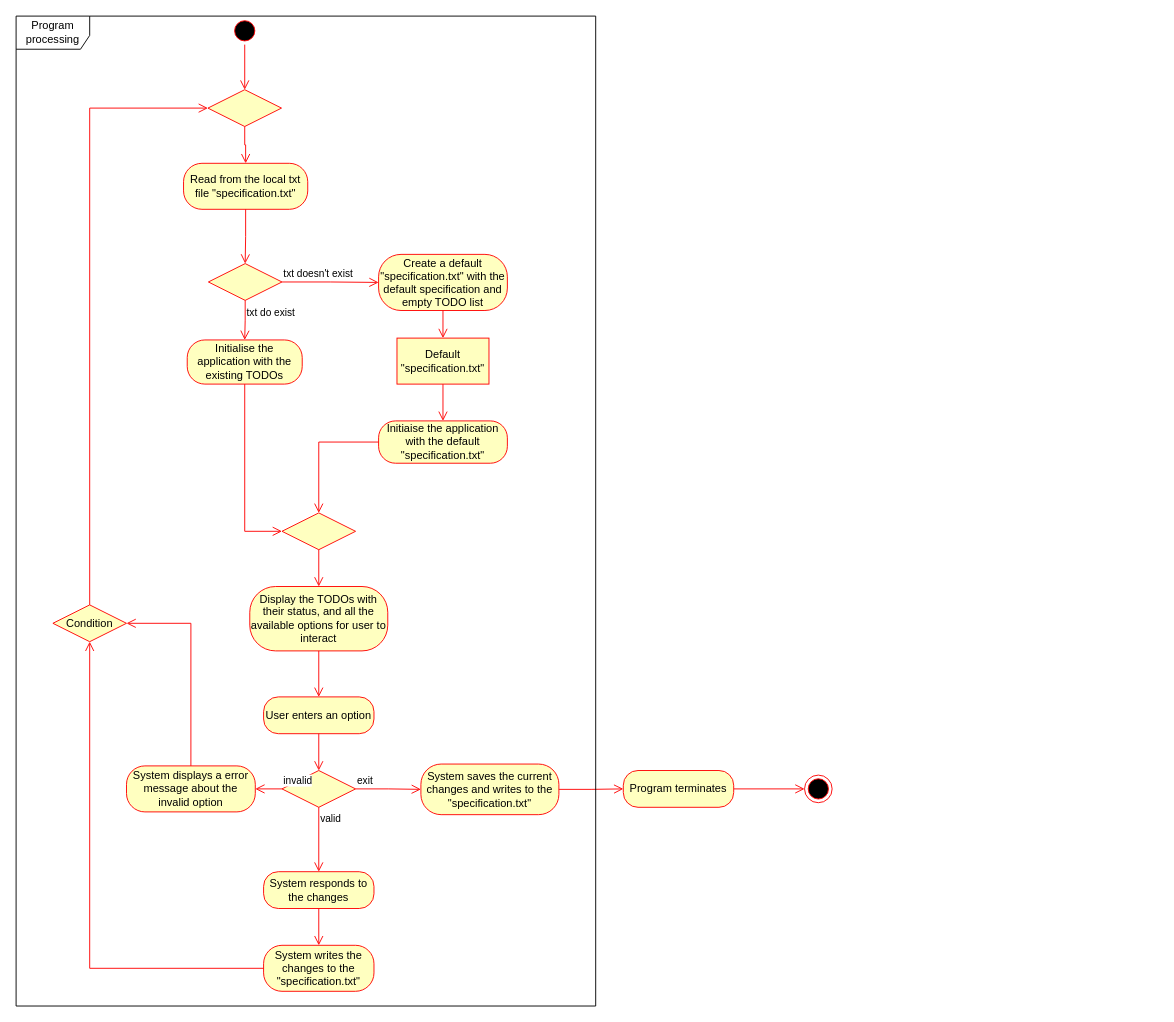
Before: page "Activity Diagram" (2 of 3) of uml_diagrams/ToDoListConsoleApplication.drawio in EvatsugDnalloR/ToDoListConsoleApplication, a draw.io diagram. Source tidied: cells renumbered, new cells numbered last; positions are measured from the earlier drawing's top-left corner, leaving out a move shared by most shapes. Both pictures are drawn from the tidied source at 92%, with x=0, y=0 at pixel (16, 16).
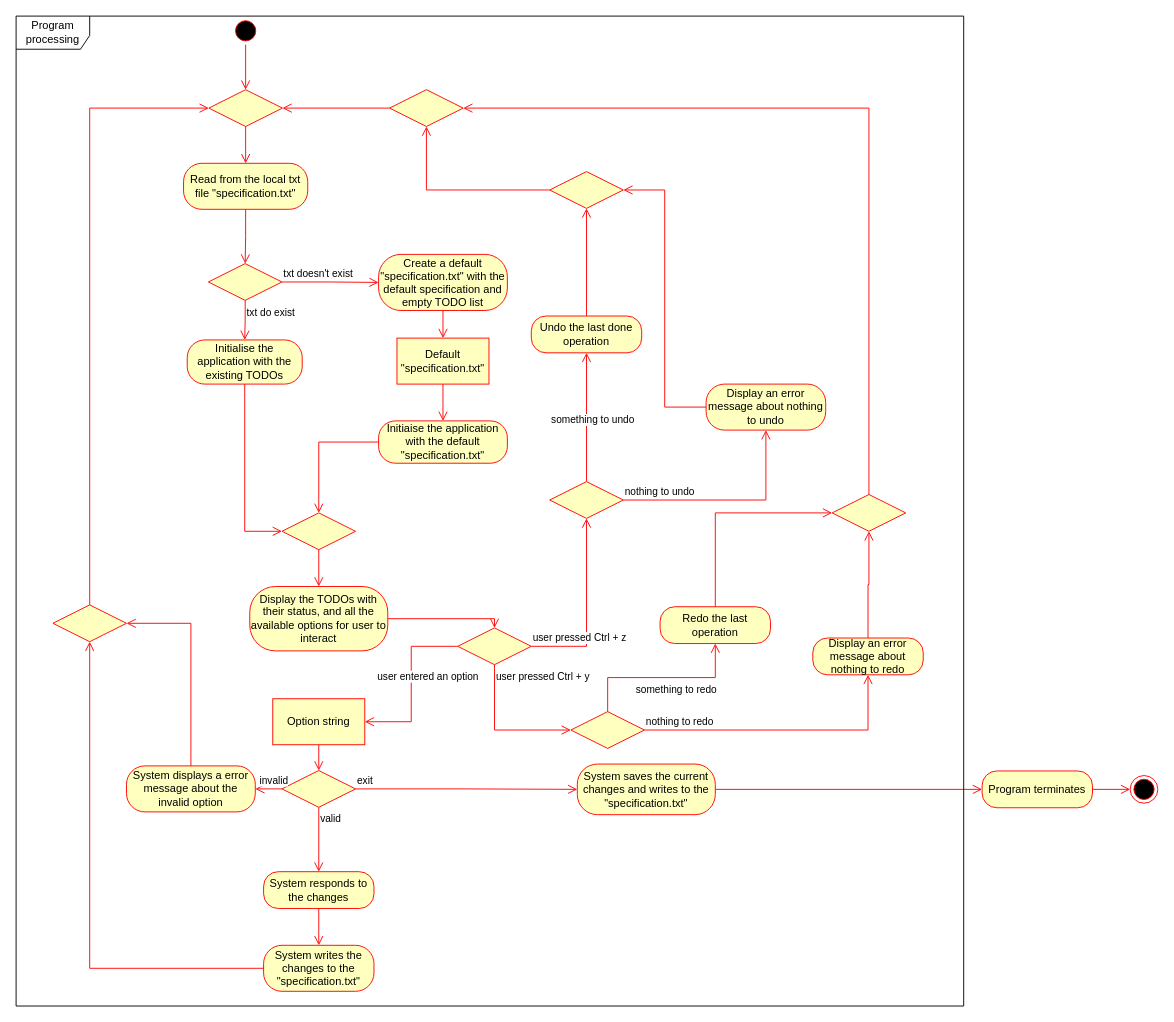
The same page after the edit.

The change refers to these unchanged cells:
```xml
<mxCell id="9" value="Display the TODOs with their status, and all the available options for user to interact" style="rounded=1;whiteSpace=wrap;html=1;arcSize=40;fontColor=#000000;fillColor=#ffffc0;strokeColor=#ff0000;" parent="1" vertex="1">
  <mxGeometry x="254" y="620" width="150" height="70" as="geometry" />
</mxCell>
<mxCell id="20" style="rhombus;whiteSpace=wrap;html=1;fontColor=#000000;fillColor=#ffffc0;strokeColor=#ff0000;" parent="1" vertex="1">
  <mxGeometry x="289" y="820" width="80" height="40" as="geometry" />
</mxCell>
<mxCell id="26" value="System displays a error message about the invalid option" style="rounded=1;whiteSpace=wrap;html=1;arcSize=40;fontColor=#000000;fillColor=#ffffc0;strokeColor=#ff0000;" parent="1" vertex="1">
  <mxGeometry x="120" y="815" width="140" height="50" as="geometry" />
</mxCell>
```

Change to the diagram source:
```diff
@@
-    <mxCell id="10" style="edgeStyle=orthogonalEdgeStyle;html=1;verticalAlign=bottom;endArrow=open;endSize=8;strokeColor=#ff0000;rounded=0;entryX=0.5;entryY=0;entryDx=0;entryDy=0;" parent="1" edge="1" source="9" target="18">
+    <mxCell id="10" style="edgeStyle=orthogonalEdgeStyle;html=1;verticalAlign=bottom;endArrow=open;endSize=8;strokeColor=#ff0000;rounded=0;entryX=0.5;entryY=0;entryDx=0;entryDy=0;" parent="1" edge="1" source="9" target="43">
       <mxGeometry relative="1" as="geometry" />
     </mxCell>
@@
-    <mxCell id="18" value="User enters an option" style="rounded=1;whiteSpace=wrap;html=1;arcSize=40;fontColor=#000000;fillColor=#ffffc0;strokeColor=#ff0000;" parent="1" vertex="1">
-      <mxGeometry x="269" y="740" width="120" height="40" as="geometry" />
-    </mxCell>
-    <mxCell id="19" style="edgeStyle=orthogonalEdgeStyle;html=1;verticalAlign=bottom;endArrow=open;endSize=8;strokeColor=#ff0000;rounded=0;entryX=0.5;entryY=0;entryDx=0;entryDy=0;" parent="1" edge="1" source="18" target="20">
+    <mxCell id="19" style="edgeStyle=orthogonalEdgeStyle;html=1;verticalAlign=bottom;endArrow=open;endSize=8;strokeColor=#ff0000;rounded=0;entryX=0.5;entryY=0;entryDx=0;entryDy=0;exitX=0.5;exitY=1;exitDx=0;exitDy=0;" parent="1" edge="1" source="46" target="20">
       <mxGeometry relative="1" as="geometry" />
     </mxCell>
@@
-    <mxCell id="29" value="Condition" style="rhombus;whiteSpace=wrap;html=1;fontColor=#000000;fillColor=#ffffc0;strokeColor=#ff0000;" parent="1" vertex="1">
+    <mxCell id="29" style="rhombus;whiteSpace=wrap;html=1;fontColor=#000000;fillColor=#ffffc0;strokeColor=#ff0000;" parent="1" vertex="1">
       <mxGeometry x="40" y="640" width="80" height="40" as="geometry" />
     </mxCell>
     <mxCell id="30" value="invalid" style="edgeStyle=orthogonalEdgeStyle;html=1;align=left;verticalAlign=bottom;endArrow=open;endSize=8;strokeColor=#ff0000;rounded=0;exitX=0;exitY=0.5;exitDx=0;exitDy=0;entryX=1;entryY=0.5;entryDx=0;entryDy=0;" parent="1" edge="1" source="20" target="26">
-      <mxGeometry x="-1" relative="1" as="geometry" />
+      <mxGeometry x="0.79" relative="1" as="geometry" />
     </mxCell>
@@
     <mxCell id="32" style="rhombus;whiteSpace=wrap;html=1;fontColor=#000000;fillColor=#ffffc0;strokeColor=#ff0000;" parent="1" vertex="1">
-      <mxGeometry x="208.5" y="80" width="80" height="40" as="geometry" />
+      <mxGeometry x="209.5" y="80" width="80" height="40" as="geometry" />
     </mxCell>
@@
     <mxCell id="34" style="ellipse;html=1;shape=startState;fillColor=#000000;strokeColor=#ff0000;" parent="1" vertex="1">
-      <mxGeometry x="233.5" y="1" width="30" height="30" as="geometry" />
+      <mxGeometry x="234.5" y="1" width="30" height="30" as="geometry" />
     </mxCell>
@@
     <mxCell id="38" value="System saves the current changes and writes to the &quot;specification.txt&quot;" style="rounded=1;whiteSpace=wrap;html=1;arcSize=40;fontColor=#000000;fillColor=#ffffc0;strokeColor=#ff0000;" parent="1" vertex="1">
-      <mxGeometry x="440" y="813" width="150" height="55" as="geometry" />
+      <mxGeometry x="610" y="813" width="150" height="55" as="geometry" />
     </mxCell>
@@
     <mxCell id="40" value="Program terminates" style="rounded=1;whiteSpace=wrap;html=1;arcSize=40;fontColor=#000000;fillColor=#ffffc0;strokeColor=#ff0000;" parent="1" vertex="1">
-      <mxGeometry x="660" y="820" width="120" height="40" as="geometry" />
+      <mxGeometry x="1050" y="820.5" width="120" height="40" as="geometry" />
     </mxCell>
     <mxCell id="41" style="ellipse;html=1;shape=endState;fillColor=#000000;strokeColor=#ff0000;" parent="1" vertex="1">
-      <mxGeometry x="857" y="825" width="30" height="30" as="geometry" />
+      <mxGeometry x="1211" y="825.5" width="30" height="30" as="geometry" />
     </mxCell>
     <mxCell id="42" value="Program processing" style="shape=umlFrame;whiteSpace=wrap;html=1;width=80;height=36;" parent="1" vertex="1">
-      <mxGeometry width="630" height="1076" as="geometry" />
+      <mxGeometry width="1030" height="1076" as="geometry" />
     </mxCell>
+    <mxCell id="43" style="rhombus;whiteSpace=wrap;html=1;fontColor=#000000;fillColor=#ffffc0;strokeColor=#ff0000;" parent="1" vertex="1">
+      <mxGeometry x="480" y="665" width="80" height="40" as="geometry" />
+    </mxCell>
+    <mxCell id="44" value="user pressed Ctrl + z" style="edgeStyle=orthogonalEdgeStyle;html=1;align=left;verticalAlign=bottom;endArrow=open;endSize=8;strokeColor=#ff0000;rounded=0;entryX=0.5;entryY=1;entryDx=0;entryDy=0;" parent="1" edge="1" source="43" target="47">
+      <mxGeometry x="-1" relative="1" as="geometry" />
+    </mxCell>
+    <mxCell id="45" value="user entered an option" style="edgeStyle=orthogonalEdgeStyle;html=1;align=left;verticalAlign=bottom;endArrow=open;endSize=8;strokeColor=#ff0000;rounded=0;exitX=0;exitY=0.5;exitDx=0;exitDy=0;entryX=1;entryY=0.5;entryDx=0;entryDy=0;" parent="1" edge="1" source="43" target="46">
+      <mxGeometry y="-39" relative="1" as="geometry" />
+    </mxCell>
+    <mxCell id="46" value="Option string" style="whiteSpace=wrap;html=1;fillColor=#ffffc0;strokeColor=#ff0000;fontColor=#000000;" parent="1" vertex="1">
+      <mxGeometry x="279" y="742" width="100" height="50" as="geometry" />
+    </mxCell>
+    <mxCell id="47" style="rhombus;whiteSpace=wrap;html=1;fontColor=#000000;fillColor=#ffffc0;strokeColor=#ff0000;" parent="1" vertex="1">
+      <mxGeometry x="580" y="506" width="80" height="40" as="geometry" />
+    </mxCell>
+    <mxCell id="48" value="nothing to undo" style="edgeStyle=orthogonalEdgeStyle;html=1;align=left;verticalAlign=bottom;endArrow=open;endSize=8;strokeColor=#ff0000;rounded=0;entryX=0.5;entryY=1;entryDx=0;entryDy=0;" parent="1" edge="1" source="47" target="52">
+      <mxGeometry x="-1" relative="1" as="geometry" />
+    </mxCell>
+    <mxCell id="49" value="something to undo" style="edgeStyle=orthogonalEdgeStyle;html=1;align=left;verticalAlign=top;endArrow=open;endSize=8;strokeColor=#ff0000;rounded=0;exitX=0.5;exitY=0;exitDx=0;exitDy=0;entryX=0.5;entryY=1;entryDx=0;entryDy=0;" parent="1" edge="1" source="47" target="50">
+      <mxGeometry x="0.14" y="40" relative="1" as="geometry" />
+    </mxCell>
+    <mxCell id="50" value="Undo the last done operation" style="rounded=1;whiteSpace=wrap;html=1;arcSize=40;fontColor=#000000;fillColor=#ffffc0;strokeColor=#ff0000;" parent="1" vertex="1">
+      <mxGeometry x="560" y="326" width="120" height="40" as="geometry" />
+    </mxCell>
+    <mxCell id="51" style="edgeStyle=orthogonalEdgeStyle;html=1;verticalAlign=bottom;endArrow=open;endSize=8;strokeColor=#ff0000;rounded=0;exitX=0.5;exitY=0;exitDx=0;exitDy=0;entryX=0.5;entryY=1;entryDx=0;entryDy=0;" parent="1" edge="1" source="50" target="54">
+      <mxGeometry relative="1" as="geometry" />
+    </mxCell>
+    <mxCell id="52" value="Display an error message about nothing to undo" style="rounded=1;whiteSpace=wrap;html=1;arcSize=40;fontColor=#000000;fillColor=#ffffc0;strokeColor=#ff0000;" parent="1" vertex="1">
+      <mxGeometry x="750" y="400" width="130" height="50" as="geometry" />
+    </mxCell>
+    <mxCell id="53" style="edgeStyle=orthogonalEdgeStyle;html=1;verticalAlign=bottom;endArrow=open;endSize=8;strokeColor=#ff0000;rounded=0;entryX=1;entryY=0.5;entryDx=0;entryDy=0;" parent="1" edge="1" source="52" target="54">
+      <mxGeometry relative="1" as="geometry" />
+    </mxCell>
+    <mxCell id="54" style="rhombus;whiteSpace=wrap;html=1;fontColor=#000000;fillColor=#ffffc0;strokeColor=#ff0000;" parent="1" vertex="1">
+      <mxGeometry x="580" y="169" width="80" height="40" as="geometry" />
+    </mxCell>
+    <mxCell id="55" style="rhombus;whiteSpace=wrap;html=1;fontColor=#000000;fillColor=#ffffc0;strokeColor=#ff0000;" parent="1" vertex="1">
+      <mxGeometry x="406" y="80" width="80" height="40" as="geometry" />
+    </mxCell>
+    <mxCell id="56" style="edgeStyle=orthogonalEdgeStyle;html=1;verticalAlign=bottom;endArrow=open;endSize=8;strokeColor=#ff0000;rounded=0;entryX=1;entryY=0.5;entryDx=0;entryDy=0;exitX=0;exitY=0.5;exitDx=0;exitDy=0;" parent="1" edge="1" source="55" target="32">
+      <mxGeometry relative="1" as="geometry" />
+    </mxCell>
+    <mxCell id="57" style="edgeStyle=orthogonalEdgeStyle;html=1;verticalAlign=bottom;endArrow=open;endSize=8;strokeColor=#ff0000;rounded=0;entryX=0.5;entryY=1;entryDx=0;entryDy=0;exitX=0;exitY=0.5;exitDx=0;exitDy=0;" parent="1" edge="1" source="54" target="55">
+      <mxGeometry relative="1" as="geometry" />
+    </mxCell>
+    <mxCell id="58" style="rhombus;whiteSpace=wrap;html=1;fontColor=#000000;fillColor=#ffffc0;strokeColor=#ff0000;" parent="1" vertex="1">
+      <mxGeometry x="603" y="756" width="80" height="40" as="geometry" />
+    </mxCell>
+    <mxCell id="59" value="nothing to redo" style="edgeStyle=orthogonalEdgeStyle;html=1;align=left;verticalAlign=bottom;endArrow=open;endSize=8;strokeColor=#ff0000;rounded=0;entryX=0.5;entryY=1;entryDx=0;entryDy=0;" parent="1" edge="1" source="58" target="65">
+      <mxGeometry x="-1" relative="1" as="geometry" />
+    </mxCell>
+    <mxCell id="60" value="something to redo" style="edgeStyle=orthogonalEdgeStyle;html=1;align=left;verticalAlign=top;endArrow=open;endSize=8;strokeColor=#ff0000;rounded=0;exitX=0.5;exitY=0;exitDx=0;exitDy=0;entryX=0.5;entryY=1;entryDx=0;entryDy=0;" parent="1" edge="1" source="58" target="62">
+      <mxGeometry x="-0.31" relative="1" as="geometry" />
+    </mxCell>
+    <mxCell id="61" value="user pressed Ctrl + y" style="edgeStyle=orthogonalEdgeStyle;html=1;align=left;verticalAlign=top;endArrow=open;endSize=8;strokeColor=#ff0000;rounded=0;exitX=0.5;exitY=1;exitDx=0;exitDy=0;entryX=0;entryY=0.5;entryDx=0;entryDy=0;" parent="1" edge="1" source="43" target="58">
+      <mxGeometry x="-1" relative="1" as="geometry" />
+    </mxCell>
+    <mxCell id="62" value="Redo the last operation" style="rounded=1;whiteSpace=wrap;html=1;arcSize=40;fontColor=#000000;fillColor=#ffffc0;strokeColor=#ff0000;" parent="1" vertex="1">
+      <mxGeometry x="700" y="642" width="120" height="40" as="geometry" />
+    </mxCell>
+    <mxCell id="63" style="edgeStyle=orthogonalEdgeStyle;html=1;verticalAlign=bottom;endArrow=open;endSize=8;strokeColor=#ff0000;rounded=0;entryX=0;entryY=0.5;entryDx=0;entryDy=0;exitX=0.5;exitY=0;exitDx=0;exitDy=0;" parent="1" edge="1" source="62" target="64">
+      <mxGeometry relative="1" as="geometry" />
+    </mxCell>
+    <mxCell id="64" style="rhombus;whiteSpace=wrap;html=1;fontColor=#000000;fillColor=#ffffc0;strokeColor=#ff0000;" parent="1" vertex="1">
+      <mxGeometry x="887" y="520" width="80" height="40" as="geometry" />
+    </mxCell>
+    <mxCell id="65" value="Display an error message about nothing to redo" style="rounded=1;whiteSpace=wrap;html=1;arcSize=40;fontColor=#000000;fillColor=#ffffc0;strokeColor=#ff0000;" parent="1" vertex="1">
+      <mxGeometry x="866" y="676" width="120" height="40" as="geometry" />
+    </mxCell>
+    <mxCell id="66" style="edgeStyle=orthogonalEdgeStyle;html=1;verticalAlign=bottom;endArrow=open;endSize=8;strokeColor=#ff0000;rounded=0;exitX=0.5;exitY=0;exitDx=0;exitDy=0;entryX=0.5;entryY=1;entryDx=0;entryDy=0;" parent="1" edge="1" source="65" target="64">
+      <mxGeometry relative="1" as="geometry" />
+    </mxCell>
+    <mxCell id="67" style="edgeStyle=orthogonalEdgeStyle;html=1;verticalAlign=bottom;endArrow=open;endSize=8;strokeColor=#ff0000;rounded=0;entryX=1;entryY=0.5;entryDx=0;entryDy=0;exitX=0.5;exitY=0;exitDx=0;exitDy=0;" parent="1" edge="1" source="64" target="55">
+      <mxGeometry relative="1" as="geometry" />
+    </mxCell>
```
